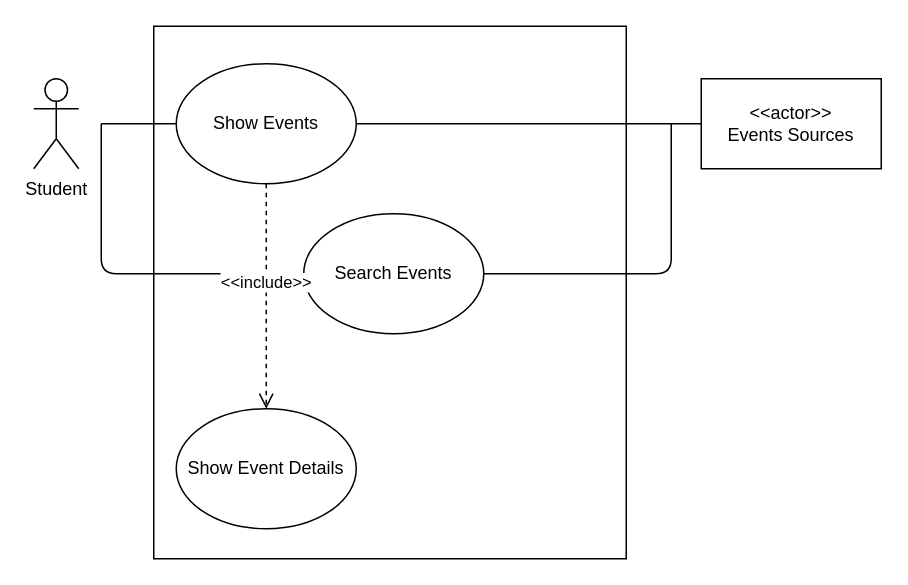
The draw.io diagram Events Use-Case Diagram.drawio in m-bassiri/HamyarApp, before the edit. Source tidied: cells renumbered, new cells numbered last; positions are measured from the earlier drawing's top-left corner, leaving out a move shared by most shapes. Both pictures are drawn from the tidied source at 150%, with x=0, y=0 at pixel (33, 26).
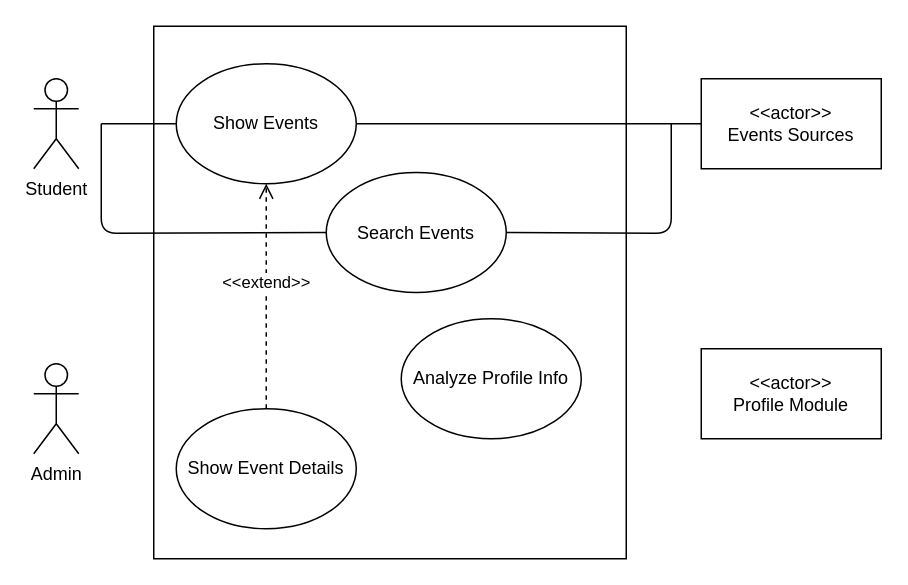
Above is the later version.

What changed in the source:
```diff
@@
 <mxGraphModel>
   <root>
     <mxCell id="0" />
     <mxCell id="1" parent="0" />
     <mxCell id="2" style="rounded=0;whiteSpace=wrap;html=1;" parent="1" vertex="1">
       <mxGeometry x="80" width="315" height="355" as="geometry" />
     </mxCell>
     <mxCell id="3" value="Student&lt;br&gt;" style="shape=umlActor;verticalLabelPosition=bottom;labelBackgroundColor=#ffffff;verticalAlign=top;html=1;" parent="1" vertex="1">
       <mxGeometry y="35" width="30" height="60" as="geometry" />
     </mxCell>
     <mxCell id="4" value="Show Events&lt;br&gt;" style="ellipse;whiteSpace=wrap;html=1;" parent="1" vertex="1">
       <mxGeometry x="95" y="25" width="120" height="80" as="geometry" />
     </mxCell>
     <mxCell id="5" style="endArrow=none;html=1;entryX=0;entryY=0.5;entryDx=0;entryDy=0;" parent="1" edge="1" target="4">
       <mxGeometry relative="1" as="geometry">
         <mxPoint x="45" y="65" as="sourcePoint" />
       </mxGeometry>
     </mxCell>
     <mxCell id="6" value="&amp;lt;&amp;lt;actor&amp;gt;&amp;gt;&lt;br&gt;Events Sources&lt;br&gt;" style="rounded=0;whiteSpace=wrap;html=1;" parent="1" vertex="1">
       <mxGeometry x="445" y="35" width="120" height="60" as="geometry" />
     </mxCell>
     <mxCell id="7" style="endArrow=none;html=1;entryX=0;entryY=0.5;entryDx=0;entryDy=0;exitX=1;exitY=0.5;exitDx=0;exitDy=0;" parent="1" edge="1" source="4" target="6">
       <mxGeometry relative="1" as="geometry" />
     </mxCell>
     <mxCell id="8" value="Search Events&lt;br&gt;" style="ellipse;whiteSpace=wrap;html=1;" parent="1" vertex="1">
-      <mxGeometry x="180" y="125" width="120" height="80" as="geometry" />
+      <mxGeometry x="195" y="97.5" width="120" height="80" as="geometry" />
     </mxCell>
     <mxCell id="9" style="endArrow=none;html=1;entryX=0;entryY=0.5;entryDx=0;entryDy=0;" parent="1" edge="1" target="8">
       <mxGeometry relative="1" as="geometry">
         <mxPoint x="45" y="65" as="sourcePoint" />
         <Array as="points">
-          <mxPoint x="45" y="165" />
+          <mxPoint x="45" y="138" />
         </Array>
       </mxGeometry>
     </mxCell>
     <mxCell id="10" style="endArrow=none;html=1;exitX=1;exitY=0.5;exitDx=0;exitDy=0;" parent="1" edge="1" source="8">
       <mxGeometry relative="1" as="geometry">
         <mxPoint x="425" y="65" as="targetPoint" />
         <Array as="points">
-          <mxPoint x="425" y="165" />
+          <mxPoint x="425" y="138" />
         </Array>
       </mxGeometry>
     </mxCell>
     <mxCell id="11" value="Show Event Details" style="ellipse;whiteSpace=wrap;html=1;" parent="1" vertex="1">
       <mxGeometry x="95" y="255" width="120" height="80" as="geometry" />
     </mxCell>
-    <mxCell id="12" value="&amp;lt;&amp;lt;include&amp;gt;&amp;gt;&lt;br&gt;" style="html=1;verticalAlign=bottom;endArrow=open;dashed=1;endSize=8;exitX=0.5;exitY=1;exitDx=0;exitDy=0;entryX=0.5;entryY=0;entryDx=0;entryDy=0;" parent="1" edge="1" source="4" target="11">
-      <mxGeometry relative="1" as="geometry" />
-    </mxCell>
+    <mxCell id="13" value="Admin&lt;br&gt;" style="shape=umlActor;verticalLabelPosition=bottom;labelBackgroundColor=#ffffff;verticalAlign=top;html=1;" parent="1" vertex="1">
+      <mxGeometry y="225" width="30" height="60" as="geometry" />
+    </mxCell>
+    <mxCell id="14" value="&amp;lt;&amp;lt;extend&amp;gt;&amp;gt;&lt;br&gt;" style="html=1;verticalAlign=bottom;endArrow=open;dashed=1;endSize=8;exitX=0.5;exitY=0;exitDx=0;exitDy=0;entryX=0.5;entryY=1;entryDx=0;entryDy=0;" parent="1" edge="1" source="11" target="4">
+      <mxGeometry relative="1" as="geometry" />
+    </mxCell>
+    <mxCell id="15" value="Analyze Profile Info&lt;br&gt;" style="ellipse;whiteSpace=wrap;html=1;" parent="1" vertex="1">
+      <mxGeometry x="245" y="195" width="120" height="80" as="geometry" />
+    </mxCell>
+    <mxCell id="16" value="&amp;lt;&amp;lt;actor&amp;gt;&amp;gt;&lt;br&gt;Profile Module&lt;br&gt;" style="rounded=0;whiteSpace=wrap;html=1;" parent="1" vertex="1">
+      <mxGeometry x="445" y="215" width="120" height="60" as="geometry" />
+    </mxCell>
   </root>
 </mxGraphModel>
```
